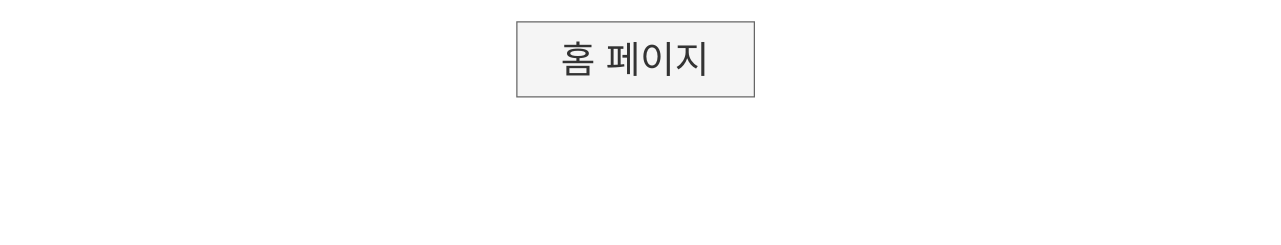
Earlier version of the draw.io diagram 제목 없는 다이어그램.drawio (ruok02/Web_Project). Source tidied: cells renumbered, new cells numbered last; positions are measured from the earlier drawing's top-left corner, leaving out a move shared by most shapes. Both pictures are drawn from the tidied source at 125%, with x=0, y=0 at pixel (516, 21).
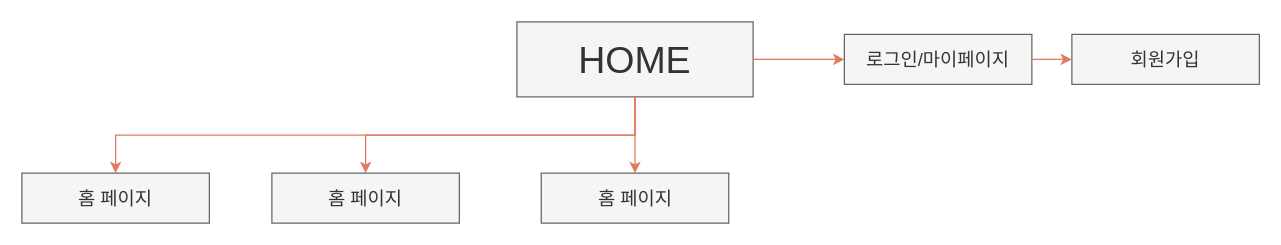
The same page after the edit.

Commit message:
웹앱 구조도 설계

Diff of the diagram source:
```diff
@@
 <mxGraphModel background="light-dark(#FFFFFF,#FFFFFF)">
   <root>
     <mxCell id="0" />
     <mxCell id="1" parent="0" />
-    <mxCell id="2" style="endArrow=none;html=1;rounded=0;strokeColor=light-dark(#FFFFFF,#121212);fontColor=#393C56;fillColor=#F2CC8F;strokeWidth=5;entryX=0.5;entryY=1;entryDx=0;entryDy=0;entryPerimeter=0;" parent="1" edge="1" target="3">
-      <mxGeometry relative="1" as="geometry">
-        <mxPoint x="95" y="120" as="sourcePoint" />
-      </mxGeometry>
-    </mxCell>
+    <mxCell id="4" style="edgeStyle=orthogonalEdgeStyle;rounded=0;jettySize=auto;html=1;exitX=0.5;exitY=1;exitDx=0;exitDy=0;exitPerimeter=0;strokeColor=#E07A5F;fontFamily=Helvetica;fontSize=12;fontColor=#333333;fillColor=#F2CC8F;" parent="1" edge="1" source="3" target="5">
+      <mxGeometry relative="1" as="geometry" />
+    </mxCell>
-    <mxCell id="3" value="&lt;font style=&quot;font-size: 30px;&quot;&gt;홈 페이지&lt;/font&gt;" style="rounded=0;whiteSpace=wrap;html=1;strokeColor=#666666;align=center;verticalAlign=middle;fontFamily=Helvetica;fontSize=12;fontColor=#333333;fillColor=#f5f5f5;points=[[0,0,0,0,0],[0,0.25,0,0,0],[0,0.5,0,0,0],[0,0.75,0,0,0],[0,1,0,0,0],[0.11,1,0,0,1],[0.25,0,0,0,0],[0.25,1,0,0,0],[0.36,0.99,0,0,0],[0.5,0,0,0,0],[0.5,1,0,0,0],[0.63,1,0,0,0],[0.75,0,0,0,0],[0.75,1,0,0,0],[0.89,1,0,0,0],[1,0,0,0,0],[1,0.25,0,0,0],[1,0.5,0,0,0],[1,0.75,0,0,0],[1,1,0,0,0]];flipH=1;" parent="1" vertex="1">
-      <mxGeometry width="190" height="60" as="geometry" />
+    <mxCell id="3" value="&lt;span style=&quot;font-size: 30px;&quot;&gt;HOME&lt;/span&gt;" style="rounded=0;whiteSpace=wrap;html=1;strokeColor=#666666;align=center;verticalAlign=middle;fontFamily=Helvetica;fontSize=12;fontColor=#333333;fillColor=#f5f5f5;points=[[0,0,0,0,0],[0,0.25,0,0,0],[0,0.5,0,0,0],[0,0.75,0,0,0],[0,1,0,0,0],[0.11,1,0,0,1],[0.25,0,0,0,0],[0.25,1,0,0,0],[0.36,0.99,0,0,0],[0.5,0,0,0,0],[0.5,1,0,0,0],[0.63,1,0,0,0],[0.75,0,0,0,0],[0.75,1,0,0,0],[0.89,1,0,0,0],[1,0,0,0,0],[1,0.25,0,0,0],[1,0.5,0,0,0],[1,0.75,0,0,0],[1,1,0,0,0]];flipH=1;" parent="1" vertex="1">
+      <mxGeometry width="189" height="60" as="geometry" />
     </mxCell>
+    <mxCell id="5" value="&lt;font&gt;홈 페이지&lt;/font&gt;" style="rounded=0;whiteSpace=wrap;html=1;strokeColor=#666666;align=center;verticalAlign=middle;fontFamily=Helvetica;fontSize=15;fontColor=#333333;fillColor=#f5f5f5;points=[[0,0,0,0,0],[0,0.25,0,0,0],[0,0.5,0,0,0],[0,0.75,0,0,0],[0,1,0,0,0],[0.11,1,0,0,1],[0.25,0,0,0,0],[0.25,1,0,0,0],[0.36,0.99,0,0,0],[0.5,0,0,0,0],[0.5,1,0,0,0],[0.63,1,0,0,0],[0.75,0,0,0,0],[0.75,1,0,0,0],[0.89,1,0,0,0],[1,0,0,0,0],[1,0.25,0,0,0],[1,0.5,0,0,0],[1,0.75,0,0,0],[1,1,0,0,0]];flipH=1;" parent="1" vertex="1">
+      <mxGeometry x="19.5" y="121" width="150" height="40" as="geometry" />
+    </mxCell>
+    <mxCell id="6" value="&lt;span&gt;로그인/마이페이지&lt;/span&gt;" style="rounded=0;whiteSpace=wrap;html=1;strokeColor=#666666;align=center;verticalAlign=middle;fontFamily=Helvetica;fontSize=15;fontColor=#333333;fillColor=#f5f5f5;points=[[0,0,0,0,0],[0,0.25,0,0,0],[0,0.5,0,0,0],[0,0.75,0,0,0],[0,1,0,0,0],[0.11,1,0,0,1],[0.25,0,0,0,0],[0.25,1,0,0,0],[0.36,0.99,0,0,0],[0.5,0,0,0,0],[0.5,1,0,0,0],[0.63,1,0,0,0],[0.75,0,0,0,0],[0.75,1,0,0,0],[0.89,1,0,0,0],[1,0,0,0,0],[1,0.25,0,0,0],[1,0.5,0,0,0],[1,0.75,0,0,0],[1,1,0,0,0]];flipH=1;" parent="1" vertex="1">
+      <mxGeometry x="262" y="10" width="150" height="40" as="geometry" />
+    </mxCell>
+    <mxCell id="7" style="edgeStyle=orthogonalEdgeStyle;rounded=0;jettySize=auto;html=1;exitX=0;exitY=0.5;exitDx=0;exitDy=0;exitPerimeter=0;entryX=1;entryY=0.5;entryDx=0;entryDy=0;entryPerimeter=0;strokeColor=#E07A5F;fontFamily=Helvetica;fontSize=12;fontColor=#333333;fillColor=#F2CC8F;" parent="1" edge="1" source="3" target="6">
+      <mxGeometry relative="1" as="geometry" />
+    </mxCell>
+    <mxCell id="8" value="&lt;span&gt;회원가입&lt;/span&gt;" style="rounded=0;whiteSpace=wrap;html=1;strokeColor=#666666;align=center;verticalAlign=middle;fontFamily=Helvetica;fontSize=15;fontColor=#333333;fillColor=#f5f5f5;points=[[0,0,0,0,0],[0,0.25,0,0,0],[0,0.5,0,0,0],[0,0.75,0,0,0],[0,1,0,0,0],[0.11,1,0,0,1],[0.25,0,0,0,0],[0.25,1,0,0,0],[0.36,0.99,0,0,0],[0.5,0,0,0,0],[0.5,1,0,0,0],[0.63,1,0,0,0],[0.75,0,0,0,0],[0.75,1,0,0,0],[0.89,1,0,0,0],[1,0,0,0,0],[1,0.25,0,0,0],[1,0.5,0,0,0],[1,0.75,0,0,0],[1,1,0,0,0]];flipH=1;" parent="1" vertex="1">
+      <mxGeometry x="444" y="10" width="150" height="40" as="geometry" />
+    </mxCell>
+    <mxCell id="9" style="edgeStyle=orthogonalEdgeStyle;rounded=0;jettySize=auto;html=1;exitX=0;exitY=0.5;exitDx=0;exitDy=0;exitPerimeter=0;entryX=1;entryY=0.5;entryDx=0;entryDy=0;entryPerimeter=0;strokeColor=#E07A5F;fontFamily=Helvetica;fontSize=12;fontColor=#333333;fillColor=#F2CC8F;" parent="1" edge="1" source="6" target="8">
+      <mxGeometry relative="1" as="geometry" />
+    </mxCell>
+    <mxCell id="10" style="edgeStyle=orthogonalEdgeStyle;rounded=0;jettySize=auto;html=1;exitX=0.5;exitY=1;exitDx=0;exitDy=0;exitPerimeter=0;strokeColor=#E07A5F;fontFamily=Helvetica;fontSize=12;fontColor=#333333;fillColor=#F2CC8F;entryX=0.5;entryY=0;entryDx=0;entryDy=0;entryPerimeter=0;" parent="1" edge="1" source="3" target="11">
+      <mxGeometry relative="1" as="geometry" />
+    </mxCell>
+    <mxCell id="11" value="&lt;font&gt;홈 페이지&lt;/font&gt;" style="rounded=0;whiteSpace=wrap;html=1;strokeColor=#666666;align=center;verticalAlign=middle;fontFamily=Helvetica;fontSize=15;fontColor=#333333;fillColor=#f5f5f5;points=[[0,0,0,0,0],[0,0.25,0,0,0],[0,0.5,0,0,0],[0,0.75,0,0,0],[0,1,0,0,0],[0.11,1,0,0,1],[0.25,0,0,0,0],[0.25,1,0,0,0],[0.36,0.99,0,0,0],[0.5,0,0,0,0],[0.5,1,0,0,0],[0.63,1,0,0,0],[0.75,0,0,0,0],[0.75,1,0,0,0],[0.89,1,0,0,0],[1,0,0,0,0],[1,0.25,0,0,0],[1,0.5,0,0,0],[1,0.75,0,0,0],[1,1,0,0,0]];flipH=1;" parent="1" vertex="1">
+      <mxGeometry x="-196" y="121" width="150" height="40" as="geometry" />
+    </mxCell>
+    <mxCell id="12" style="edgeStyle=orthogonalEdgeStyle;rounded=0;jettySize=auto;html=1;exitX=0.5;exitY=1;exitDx=0;exitDy=0;exitPerimeter=0;strokeColor=#E07A5F;fontFamily=Helvetica;fontSize=12;fontColor=#333333;fillColor=#F2CC8F;entryX=0.5;entryY=0;entryDx=0;entryDy=0;entryPerimeter=0;" parent="1" edge="1" source="3" target="13">
+      <mxGeometry relative="1" as="geometry" />
+    </mxCell>
+    <mxCell id="13" value="&lt;font&gt;홈 페이지&lt;/font&gt;" style="rounded=0;whiteSpace=wrap;html=1;strokeColor=#666666;align=center;verticalAlign=middle;fontFamily=Helvetica;fontSize=15;fontColor=#333333;fillColor=#f5f5f5;points=[[0,0,0,0,0],[0,0.25,0,0,0],[0,0.5,0,0,0],[0,0.75,0,0,0],[0,1,0,0,0],[0.11,1,0,0,1],[0.25,0,0,0,0],[0.25,1,0,0,0],[0.36,0.99,0,0,0],[0.5,0,0,0,0],[0.5,1,0,0,0],[0.63,1,0,0,0],[0.75,0,0,0,0],[0.75,1,0,0,0],[0.89,1,0,0,0],[1,0,0,0,0],[1,0.25,0,0,0],[1,0.5,0,0,0],[1,0.75,0,0,0],[1,1,0,0,0]];flipH=1;" parent="1" vertex="1">
+      <mxGeometry x="-396" y="121" width="150" height="40" as="geometry" />
+    </mxCell>
   </root>
 </mxGraphModel>
```
